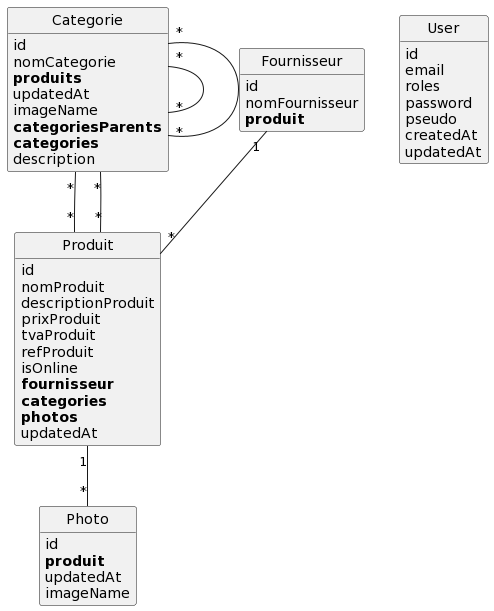
The PlantUML diagram Echoppe/puml/index.png in RayGriffon/Echoppe-fil-rouge-, before a commit.
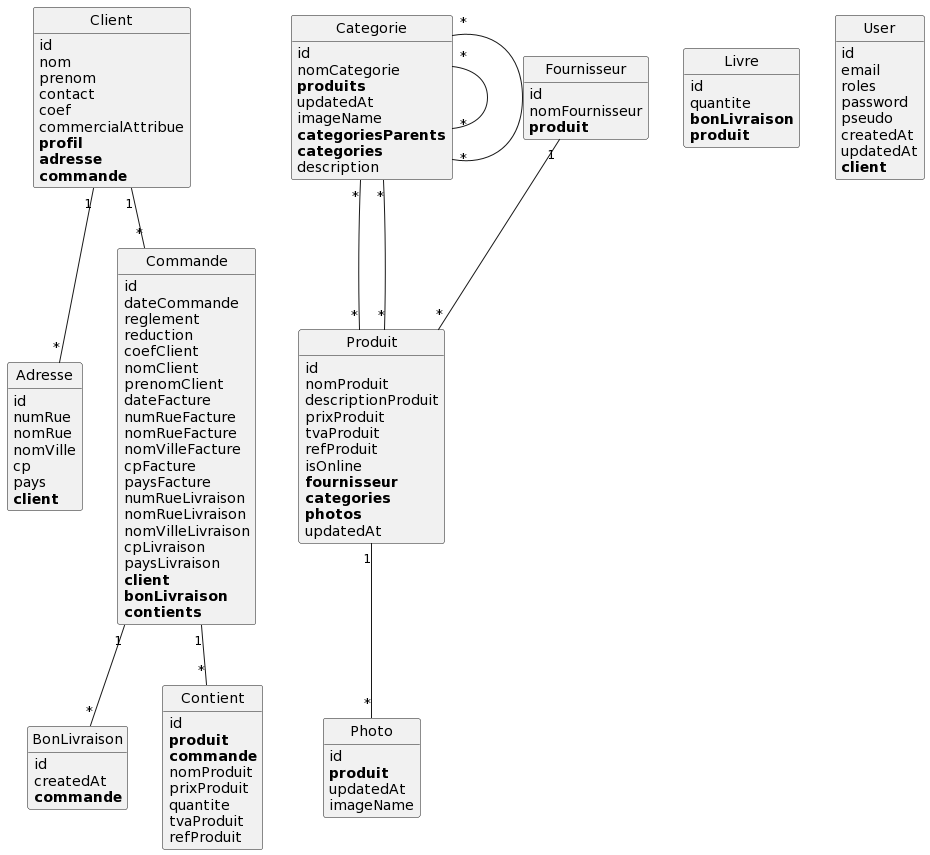
Above is the later version.

Diff of the diagram source:
```diff
@@ -1,4 +1,20 @@
 @startuml
+class Adresse {
+	id
+	numRue
+	nomRue
+	nomVille
+	cp
+	pays
+	**client**
+}
+
+class BonLivraison {
+	id
+	createdAt
+	**commande**
+}
+
 class Categorie {
 	id
 	nomCategorie
@@ -10,9 +26,63 @@
 	description
 }
 
+class Client {
+	id
+	nom
+	prenom
+	contact
+	coef
+	commercialAttribue
+	**profil**
+	**adresse**
+	**commande**
+}
+
+class Commande {
+	id
+	dateCommande
+	reglement
+	reduction
+	coefClient
+	nomClient
+	prenomClient
+	dateFacture
+	numRueFacture
+	nomRueFacture
+	nomVilleFacture
+	cpFacture
+	paysFacture
+	numRueLivraison
+	nomRueLivraison
+	nomVilleLivraison
+	cpLivraison
+	paysLivraison
+	**client**
+	**bonLivraison**
+	**contients**
+}
+
+class Contient {
+	id
+	**produit**
+	**commande**
+	nomProduit
+	prixProduit
+	quantite
+	tvaProduit
+	refProduit
+}
+
 class Fournisseur {
 	id
 	nomFournisseur
+	**produit**
+}
+
+class Livre {
+	id
+	quantite
+	**bonLivraison**
 	**produit**
 }
 
@@ -45,11 +115,16 @@
 	pseudo
 	createdAt
 	updatedAt
+	**client**
 }
 
 Categorie "*"--"*" Produit
 Categorie "*"--"*" Categorie
 Categorie "*"--"*" Categorie
+Client "1"--"*" Adresse
+Client "1"--"*" Commande
+Commande "1"--"*" BonLivraison
+Commande "1"--"*" Contient
 Fournisseur "1"--"*" Produit
 Produit "*"--"*" Categorie
 Produit "1"--"*" Photo
```
